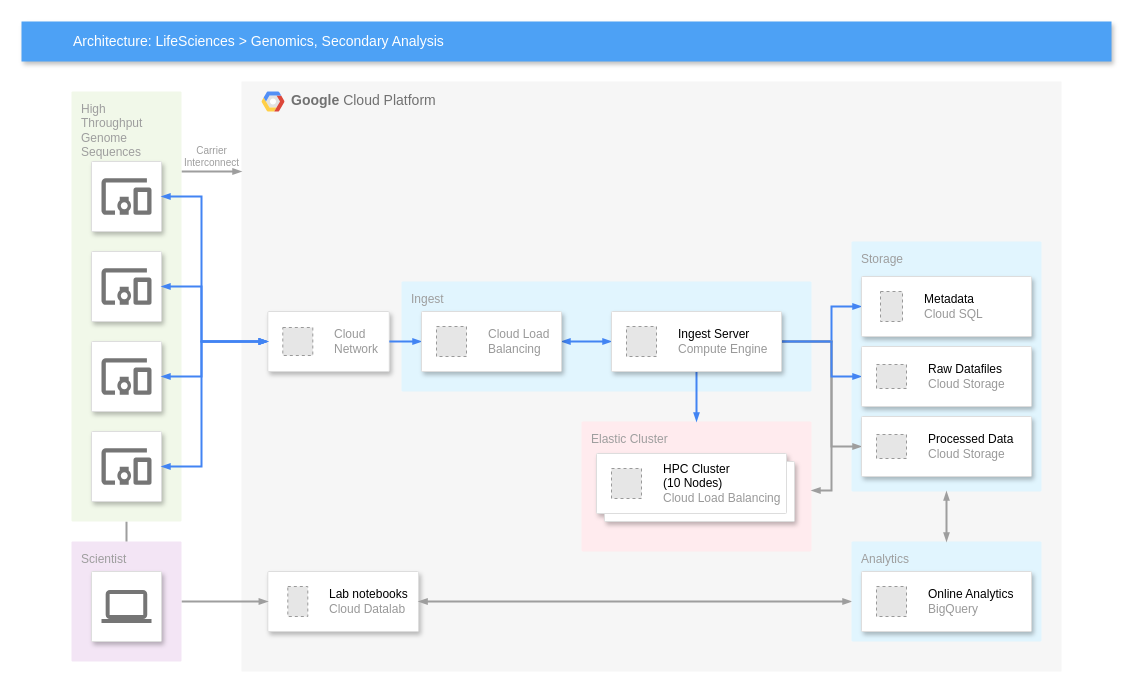
MainUps/StarHub keeps this draw.io diagram as res/제목 없는 다이어그램.drawio. Above is the earlier version. Source tidied: cells renumbered, new cells numbered last; positions are measured from the earlier drawing's top-left corner, leaving out a move shared by most shapes. Both pictures are drawn from the tidied source at 100%, with x=0, y=0 at pixel (21, 21). Pictures stored in the file or linked from it are replaced by grey dashed boxes.
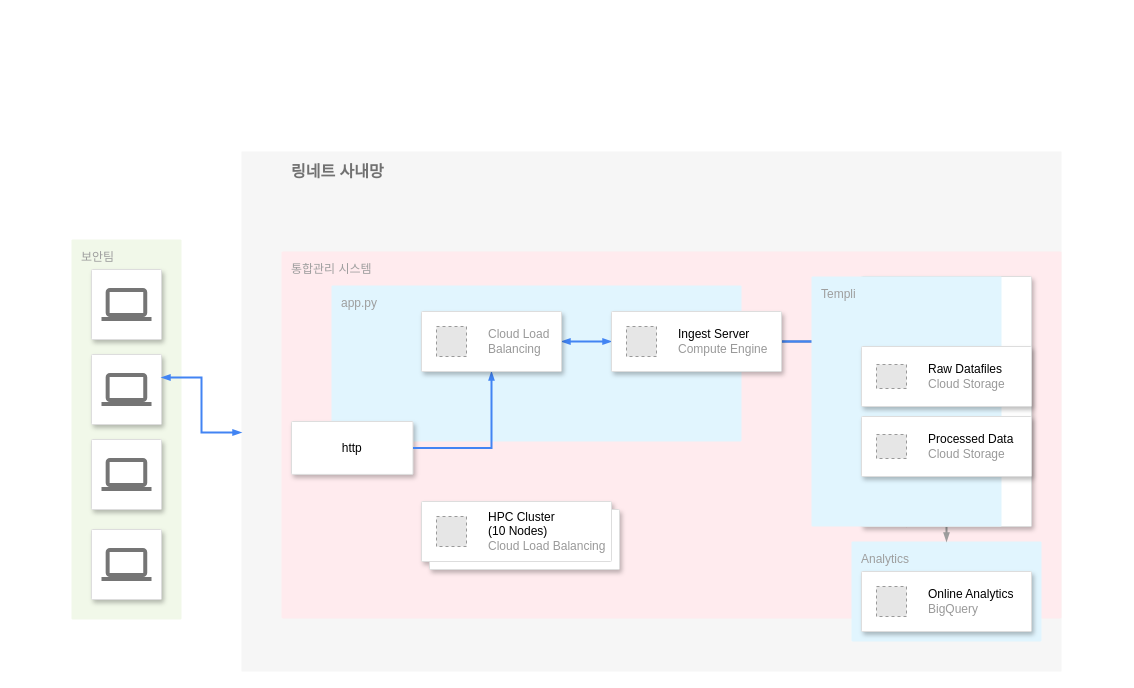
The same page after the edit.

Commit message (it also covers changes not shown here):
제목 없는 다이어그램.drawio 업데이트

The change refers to these unchanged cells:
```xml
<mxCell id="38" value="Analytics" style="rounded=1;absoluteArcSize=1;arcSize=2;html=1;strokeColor=none;gradientColor=none;shadow=0;dashed=0;fontSize=12;fontColor=#9E9E9E;align=left;verticalAlign=top;spacing=10;spacingTop=-4;fillColor=#E1F5FE;" parent="1" vertex="1">
  <mxGeometry x="830" y="520" width="190" height="100" as="geometry" />
</mxCell>
<mxCell id="43" style="strokeColor=#dddddd;shadow=1;strokeWidth=1;rounded=1;absoluteArcSize=1;arcSize=2;" parent="1" vertex="1">
  <mxGeometry x="590" y="290" width="170" height="60" as="geometry" />
</mxCell>
```

The edit, as a diff of the source:
```diff
@@
-    <mxCell id="2" value="&lt;b&gt;Google &lt;/b&gt;Cloud Platform" style="fillColor=#F6F6F6;strokeColor=none;shadow=0;gradientColor=none;fontSize=14;align=left;spacing=10;fontColor=#717171;9E9E9E;verticalAlign=top;spacingTop=-4;fontStyle=0;spacingLeft=40;html=1;" parent="1" vertex="1">
-      <mxGeometry x="220" y="60" width="820" height="590" as="geometry" />
+    <mxCell id="2" value="&lt;b&gt;&lt;font style=&quot;font-size: 16px;&quot;&gt;링네트 사내망&lt;/font&gt;&lt;/b&gt;" style="fillColor=#F6F6F6;strokeColor=none;shadow=0;gradientColor=none;fontSize=14;align=left;spacing=10;fontColor=#717171;9E9E9E;verticalAlign=top;spacingTop=-4;fontStyle=0;spacingLeft=40;html=1;" parent="1" vertex="1">
+      <mxGeometry x="220" y="130" width="820" height="520" as="geometry" />
     </mxCell>
-    <mxCell id="3" style="shape=mxgraph.gcp2.google_cloud_platform;fillColor=#F6F6F6;strokeColor=none;shadow=0;gradientColor=none;" parent="2" vertex="1">
-      <mxGeometry width="23" height="20" relative="1" as="geometry">
-        <mxPoint x="20" y="10" as="offset" />
-      </mxGeometry>
-    </mxCell>
+    <mxCell id="8" value="통합관리 시스템" style="rounded=1;absoluteArcSize=1;arcSize=2;html=1;strokeColor=none;gradientColor=none;shadow=0;dashed=0;fontSize=12;fontColor=#9E9E9E;align=left;verticalAlign=top;spacing=10;spacingTop=-4;fillColor=#FFEBEE;" parent="2" vertex="1">
+      <mxGeometry x="40" y="100" width="780" height="367.1" as="geometry" />
+    </mxCell>
+    <mxCell id="10" value="app.py" style="rounded=1;absoluteArcSize=1;arcSize=2;html=1;strokeColor=none;gradientColor=none;shadow=0;dashed=0;fontSize=12;fontColor=#9E9E9E;align=left;verticalAlign=top;spacing=10;spacingTop=-4;fillColor=#E1F5FE;" parent="2" vertex="1">
+      <mxGeometry x="90" y="134" width="410" height="156" as="geometry" />
+    </mxCell>
+    <mxCell id="45" style="shape=mxgraph.gcp2.doubleRect;strokeColor=#dddddd;shadow=1;strokeWidth=1;rounded=1;absoluteArcSize=1;arcSize=2;" parent="2" vertex="1">
+      <mxGeometry x="180" y="350" width="198" height="68" as="geometry" />
+    </mxCell>
+    <mxCell id="46" value="&lt;font color=&quot;#000000&quot;&gt;HPC Cluster&lt;br&gt;(10 Nodes)&lt;/font&gt;&lt;br&gt;Cloud Load Balancing" style="fillColor=#E6E6E6;strokeColor=#999999;dashed=1;html=1;fontColor=#999999;verticalLabelPosition=middle;verticalAlign=middle;labelPosition=right;align=left;spacingLeft=20;" parent="45" vertex="1">
+      <mxGeometry width="30" height="30" relative="1" as="geometry">
+        <mxPoint x="15" y="15" as="offset" />
+      </mxGeometry>
+    </mxCell>
-    <mxCell id="4" style="strokeColor=#dddddd;shadow=1;strokeWidth=1;rounded=1;absoluteArcSize=1;arcSize=2;" parent="2" vertex="1">
-      <mxGeometry x="26.3" y="230" width="121.5" height="60" as="geometry" />
+    <mxCell id="4" value="http" style="strokeColor=#dddddd;shadow=1;strokeWidth=1;rounded=1;absoluteArcSize=1;arcSize=2;" parent="2" vertex="1">
+      <mxGeometry x="50" y="270" width="121.5" height="52.9" as="geometry" />
     </mxCell>
-    <mxCell id="5" value="Cloud&#10;Network" style="fillColor=#E6E6E6;strokeColor=#999999;dashed=1;html=1;fontColor=#999999;verticalLabelPosition=middle;verticalAlign=middle;labelPosition=right;align=left;spacingLeft=20;" parent="4" vertex="1">
-      <mxGeometry width="30" height="28" relative="1" as="geometry">
-        <mxPoint x="15" y="16" as="offset" />
-      </mxGeometry>
-    </mxCell>
-    <mxCell id="6" style="strokeColor=#dddddd;shadow=1;strokeWidth=1;rounded=1;absoluteArcSize=1;arcSize=2;" parent="2" vertex="1">
-      <mxGeometry x="26.3" y="490" width="150.8" height="60" as="geometry" />
-    </mxCell>
-    <mxCell id="7" value="&lt;font color=&quot;#000000&quot;&gt;Lab notebooks&lt;/font&gt;&lt;br&gt;Cloud Datalab" style="fillColor=#E6E6E6;strokeColor=#999999;dashed=1;html=1;fontColor=#999999;verticalLabelPosition=middle;verticalAlign=middle;labelPosition=right;align=left;spacingLeft=20;" parent="6" vertex="1">
-      <mxGeometry width="20" height="30" relative="1" as="geometry">
-        <mxPoint x="20" y="15" as="offset" />
-      </mxGeometry>
-    </mxCell>
-    <mxCell id="8" value="Elastic Cluster" style="rounded=1;absoluteArcSize=1;arcSize=2;html=1;strokeColor=none;gradientColor=none;shadow=0;dashed=0;fontSize=12;fontColor=#9E9E9E;align=left;verticalAlign=top;spacing=10;spacingTop=-4;fillColor=#FFEBEE;" parent="1" vertex="1">
-      <mxGeometry x="560" y="400" width="230" height="130" as="geometry" />
-    </mxCell>
-    <mxCell id="9" value="Storage" style="rounded=1;absoluteArcSize=1;arcSize=2;html=1;strokeColor=none;gradientColor=none;shadow=0;dashed=0;fontSize=12;fontColor=#9E9E9E;align=left;verticalAlign=top;spacing=10;spacingTop=-4;fillColor=#E1F5FE;" parent="1" vertex="1">
-      <mxGeometry x="830" y="220" width="190" height="250" as="geometry" />
-    </mxCell>
-    <mxCell id="10" value="Ingest" style="rounded=1;absoluteArcSize=1;arcSize=2;html=1;strokeColor=none;gradientColor=none;shadow=0;dashed=0;fontSize=12;fontColor=#9E9E9E;align=left;verticalAlign=top;spacing=10;spacingTop=-4;fillColor=#E1F5FE;" parent="1" vertex="1">
-      <mxGeometry x="380" y="260" width="410" height="110" as="geometry" />
-    </mxCell>
-    <mxCell id="11" style="edgeStyle=orthogonalEdgeStyle;rounded=0;html=1;labelBackgroundColor=none;startFill=1;startSize=4;endArrow=blockThin;endFill=1;endSize=4;jettySize=auto;strokeColor=#9E9E9E;strokeWidth=2;fontSize=12;fontColor=#000000;align=left;dashed=0;" parent="1" edge="1" source="12" target="6">
-      <mxGeometry relative="1" as="geometry" />
-    </mxCell>
-    <mxCell id="12" value="Scientist" style="rounded=1;absoluteArcSize=1;arcSize=2;html=1;strokeColor=none;gradientColor=none;shadow=0;dashed=0;fontSize=12;fontColor=#9E9E9E;align=left;verticalAlign=top;spacing=10;spacingTop=-4;fillColor=#F3E5F5;" parent="1" vertex="1">
-      <mxGeometry x="50" y="520" width="110" height="120" as="geometry" />
-    </mxCell>
-    <mxCell id="13" style="edgeStyle=orthogonalEdgeStyle;rounded=0;html=1;labelBackgroundColor=none;startFill=1;startSize=4;endArrow=none;endFill=0;endSize=4;jettySize=auto;strokeColor=#9E9E9E;strokeWidth=2;fontSize=12;fontColor=#000000;align=left;dashed=0;" parent="1" edge="1" source="15" target="12">
-      <mxGeometry relative="1" as="geometry" />
-    </mxCell>
-    <mxCell id="14" value="Carrier&lt;br style=&quot;font-size: 10px;&quot;&gt;Interconnect&lt;br style=&quot;font-size: 10px;&quot;&gt;" style="edgeStyle=orthogonalEdgeStyle;rounded=0;html=1;labelBackgroundColor=none;startFill=1;startSize=4;endArrow=blockThin;endFill=1;endSize=4;jettySize=auto;strokeColor=#9E9E9E;strokeWidth=2;fontSize=10;fontColor=#9E9E9E;align=center;dashed=0;verticalAlign=bottom;" parent="1" edge="1" source="15" target="2">
-      <mxGeometry relative="1" as="geometry">
-        <Array as="points">
-          <mxPoint x="180" y="150" />
-          <mxPoint x="180" y="150" />
-        </Array>
-      </mxGeometry>
-    </mxCell>
-    <mxCell id="15" value="High&lt;br&gt;Throughput&lt;br&gt;Genome&lt;br&gt;Sequences&lt;br&gt;" style="rounded=1;absoluteArcSize=1;arcSize=2;html=1;strokeColor=none;gradientColor=none;shadow=0;dashed=0;fontSize=12;fontColor=#9E9E9E;align=left;verticalAlign=top;spacing=10;spacingTop=-4;fillColor=#F1F8E9;" parent="1" vertex="1">
-      <mxGeometry x="50" y="70" width="110" height="430" as="geometry" />
+    <mxCell id="15" value="보안팀" style="rounded=1;absoluteArcSize=1;arcSize=2;html=1;strokeColor=none;gradientColor=none;shadow=0;dashed=0;fontSize=12;fontColor=#9E9E9E;align=left;verticalAlign=top;spacing=10;spacingTop=-4;fillColor=#F1F8E9;" parent="1" vertex="1">
+      <mxGeometry x="50" y="218" width="110" height="380" as="geometry" />
     </mxCell>
-    <mxCell id="16" value="Architecture: LifeSciences &amp;gt; Genomics, Secondary Analysis" style="fillColor=#4DA1F5;strokeColor=none;shadow=1;gradientColor=none;fontSize=14;align=left;spacingLeft=50;fontColor=#ffffff;html=1;" parent="1" vertex="1">
-      <mxGeometry width="1090" height="40" as="geometry" />
-    </mxCell>
-    <mxCell id="17" style="strokeColor=#dddddd;fillColor=#ffffff;shadow=1;strokeWidth=1;rounded=1;absoluteArcSize=1;arcSize=2;labelPosition=center;verticalLabelPosition=middle;align=center;verticalAlign=bottom;spacingLeft=0;fontColor=#999999;fontSize=12;whiteSpace=wrap;spacingBottom=2;html=1;" parent="1" vertex="1">
-      <mxGeometry x="70" y="140" width="70" height="70" as="geometry" />
-    </mxCell>
-    <mxCell id="18" style="dashed=0;html=1;fillColor=#757575;strokeColor=none;shape=mxgraph.gcp2.mobile_devices;" parent="17" vertex="1">
-      <mxGeometry x="0.5" width="50" height="36.5" relative="1" as="geometry">
-        <mxPoint x="-25" y="16.8" as="offset" />
-      </mxGeometry>
-    </mxCell>
-    <mxCell id="19" style="strokeColor=#dddddd;fillColor=#ffffff;shadow=1;strokeWidth=1;rounded=1;absoluteArcSize=1;arcSize=2;labelPosition=center;verticalLabelPosition=middle;align=center;verticalAlign=bottom;spacingLeft=0;fontColor=#999999;fontSize=12;whiteSpace=wrap;spacingBottom=2;html=1;" parent="1" vertex="1">
-      <mxGeometry x="70" y="230" width="70" height="70" as="geometry" />
-    </mxCell>
-    <mxCell id="20" style="dashed=0;html=1;fillColor=#757575;strokeColor=none;shape=mxgraph.gcp2.mobile_devices;" parent="19" vertex="1">
-      <mxGeometry x="0.5" width="50" height="36.5" relative="1" as="geometry">
-        <mxPoint x="-25" y="16.8" as="offset" />
-      </mxGeometry>
-    </mxCell>
-    <mxCell id="21" style="strokeColor=#dddddd;fillColor=#ffffff;shadow=1;strokeWidth=1;rounded=1;absoluteArcSize=1;arcSize=2;labelPosition=center;verticalLabelPosition=middle;align=center;verticalAlign=bottom;spacingLeft=0;fontColor=#999999;fontSize=12;whiteSpace=wrap;spacingBottom=2;html=1;" parent="1" vertex="1">
-      <mxGeometry x="70" y="320" width="70" height="70" as="geometry" />
-    </mxCell>
-    <mxCell id="22" style="dashed=0;html=1;fillColor=#757575;strokeColor=none;shape=mxgraph.gcp2.mobile_devices;" parent="21" vertex="1">
-      <mxGeometry x="0.5" width="50" height="36.5" relative="1" as="geometry">
-        <mxPoint x="-25" y="16.8" as="offset" />
-      </mxGeometry>
-    </mxCell>
-    <mxCell id="23" style="strokeColor=#dddddd;fillColor=#ffffff;shadow=1;strokeWidth=1;rounded=1;absoluteArcSize=1;arcSize=2;labelPosition=center;verticalLabelPosition=middle;align=center;verticalAlign=bottom;spacingLeft=0;fontColor=#999999;fontSize=12;whiteSpace=wrap;spacingBottom=2;html=1;" parent="1" vertex="1">
-      <mxGeometry x="70" y="410" width="70" height="70" as="geometry" />
-    </mxCell>
-    <mxCell id="24" style="dashed=0;html=1;fillColor=#757575;strokeColor=none;shape=mxgraph.gcp2.mobile_devices;" parent="23" vertex="1">
-      <mxGeometry x="0.5" width="50" height="36.5" relative="1" as="geometry">
-        <mxPoint x="-25" y="16.8" as="offset" />
-      </mxGeometry>
-    </mxCell>
-    <mxCell id="25" style="strokeColor=#dddddd;fillColor=#ffffff;shadow=1;strokeWidth=1;rounded=1;absoluteArcSize=1;arcSize=2;labelPosition=center;verticalLabelPosition=middle;align=center;verticalAlign=bottom;spacingLeft=0;fontColor=#999999;fontSize=12;whiteSpace=wrap;spacingBottom=2;html=1;" parent="1" vertex="1">
-      <mxGeometry x="70" y="550" width="70" height="70" as="geometry" />
-    </mxCell>
-    <mxCell id="26" style="dashed=0;html=1;fillColor=#757575;strokeColor=none;shape=mxgraph.gcp2.laptop;" parent="25" vertex="1">
-      <mxGeometry x="0.5" width="50" height="33" relative="1" as="geometry">
-        <mxPoint x="-25" y="18.5" as="offset" />
-      </mxGeometry>
-    </mxCell>
-    <mxCell id="27" style="edgeStyle=orthogonalEdgeStyle;rounded=0;html=1;labelBackgroundColor=none;startFill=1;startSize=4;endArrow=blockThin;endFill=1;endSize=4;jettySize=auto;strokeColor=#4284F3;strokeWidth=2;fontSize=12;fontColor=#000000;align=left;dashed=0;startArrow=blockThin;" parent="1" edge="1" source="4" target="17">
-      <mxGeometry relative="1" as="geometry">
-        <Array as="points">
-          <mxPoint x="180" y="320" />
-          <mxPoint x="180" y="175" />
-        </Array>
-      </mxGeometry>
-    </mxCell>
-    <mxCell id="28" style="edgeStyle=orthogonalEdgeStyle;rounded=0;html=1;labelBackgroundColor=none;startFill=1;startSize=4;endArrow=blockThin;endFill=1;endSize=4;jettySize=auto;strokeColor=#4284F3;strokeWidth=2;fontSize=12;fontColor=#000000;align=left;dashed=0;startArrow=blockThin;" parent="1" edge="1" source="4" target="19">
-      <mxGeometry relative="1" as="geometry">
-        <Array as="points">
-          <mxPoint x="180" y="320" />
-          <mxPoint x="180" y="265" />
-        </Array>
-      </mxGeometry>
-    </mxCell>
-    <mxCell id="29" style="edgeStyle=orthogonalEdgeStyle;rounded=0;html=1;labelBackgroundColor=none;startFill=1;startSize=4;endArrow=blockThin;endFill=1;endSize=4;jettySize=auto;strokeColor=#4284F3;strokeWidth=2;fontSize=12;fontColor=#000000;align=left;dashed=0;startArrow=blockThin;" parent="1" edge="1" source="4" target="21">
-      <mxGeometry relative="1" as="geometry">
-        <Array as="points">
-          <mxPoint x="180" y="320" />
-          <mxPoint x="180" y="355" />
-        </Array>
-      </mxGeometry>
-    </mxCell>
-    <mxCell id="30" style="edgeStyle=orthogonalEdgeStyle;rounded=0;html=1;labelBackgroundColor=none;startFill=1;startSize=4;endArrow=blockThin;endFill=1;endSize=4;jettySize=auto;strokeColor=#4284F3;strokeWidth=2;fontSize=12;fontColor=#000000;align=left;dashed=0;startArrow=blockThin;" parent="1" edge="1" source="4" target="23">
-      <mxGeometry relative="1" as="geometry">
-        <Array as="points">
-          <mxPoint x="180" y="320" />
-          <mxPoint x="180" y="445" />
-        </Array>
-      </mxGeometry>
-    </mxCell>
@@
-    <mxCell id="35" style="edgeStyle=orthogonalEdgeStyle;rounded=0;html=1;labelBackgroundColor=none;startFill=1;startSize=4;endArrow=blockThin;endFill=1;endSize=4;jettySize=auto;strokeColor=#4284F3;strokeWidth=2;fontSize=12;fontColor=#000000;align=left;dashed=0;" parent="1" edge="1" source="43" target="8">
-      <mxGeometry relative="1" as="geometry" />
-    </mxCell>
-    <mxCell id="36" style="edgeStyle=orthogonalEdgeStyle;rounded=0;html=1;labelBackgroundColor=none;startFill=1;startSize=4;endArrow=blockThin;endFill=1;endSize=4;jettySize=auto;strokeColor=#9E9E9E;strokeWidth=2;fontSize=12;fontColor=#000000;align=left;dashed=0;startArrow=blockThin;" parent="1" edge="1" source="6" target="38">
-      <mxGeometry relative="1" as="geometry">
-        <Array as="points">
-          <mxPoint x="325" y="580" />
-        </Array>
-      </mxGeometry>
-    </mxCell>
-    <mxCell id="37" style="edgeStyle=orthogonalEdgeStyle;rounded=0;html=1;labelBackgroundColor=none;startFill=1;startSize=4;endArrow=none;endFill=0;endSize=4;jettySize=auto;strokeColor=#9E9E9E;strokeWidth=2;fontSize=12;fontColor=#000000;align=left;dashed=0;startArrow=blockThin;" parent="1" edge="1" source="8">
-      <mxGeometry relative="1" as="geometry">
-        <mxPoint x="743" y="320.1" as="targetPoint" />
-        <Array as="points">
-          <mxPoint x="810" y="469" />
-          <mxPoint x="810" y="320" />
-        </Array>
-      </mxGeometry>
-    </mxCell>
@@
-    <mxCell id="45" style="shape=mxgraph.gcp2.doubleRect;strokeColor=#dddddd;shadow=1;strokeWidth=1;rounded=1;absoluteArcSize=1;arcSize=2;" parent="1" vertex="1">
-      <mxGeometry x="575" y="432" width="198" height="68" as="geometry" />
-    </mxCell>
-    <mxCell id="46" value="&lt;font color=&quot;#000000&quot;&gt;HPC Cluster&lt;br&gt;(10 Nodes)&lt;/font&gt;&lt;br&gt;Cloud Load Balancing" style="fillColor=#E6E6E6;strokeColor=#999999;dashed=1;html=1;fontColor=#999999;verticalLabelPosition=middle;verticalAlign=middle;labelPosition=right;align=left;spacingLeft=20;" parent="45" vertex="1">
-      <mxGeometry width="30" height="30" relative="1" as="geometry">
-        <mxPoint x="15" y="15" as="offset" />
-      </mxGeometry>
-    </mxCell>
     <mxCell id="47" style="strokeColor=#dddddd;shadow=1;strokeWidth=1;rounded=1;absoluteArcSize=1;arcSize=2;" parent="1" vertex="1">
-      <mxGeometry x="840" y="255" width="170" height="60" as="geometry" />
+      <mxGeometry x="840" y="255" width="170" height="250" as="geometry" />
     </mxCell>
@@
+    <mxCell id="9" value="Templi" style="rounded=1;absoluteArcSize=1;arcSize=2;html=1;strokeColor=none;gradientColor=none;shadow=0;dashed=0;fontSize=12;fontColor=#9E9E9E;align=left;verticalAlign=top;spacing=10;spacingTop=-4;fillColor=#E1F5FE;" parent="47" vertex="1">
+      <mxGeometry x="-50" width="190" height="250" as="geometry" />
+    </mxCell>
@@
+    <mxCell id="55" style="strokeColor=#dddddd;fillColor=#ffffff;shadow=1;strokeWidth=1;rounded=1;absoluteArcSize=1;arcSize=2;labelPosition=center;verticalLabelPosition=middle;align=center;verticalAlign=bottom;spacingLeft=0;fontColor=#999999;fontSize=12;whiteSpace=wrap;spacingBottom=2;html=1;" parent="1" vertex="1">
+      <mxGeometry x="70" y="508" width="70" height="70" as="geometry" />
+    </mxCell>
+    <mxCell id="56" style="dashed=0;html=1;fillColor=#757575;strokeColor=none;shape=mxgraph.gcp2.laptop;" parent="55" vertex="1">
+      <mxGeometry x="0.5" width="50" height="33" relative="1" as="geometry">
+        <mxPoint x="-25" y="18.5" as="offset" />
+      </mxGeometry>
+    </mxCell>
+    <mxCell id="57" style="strokeColor=#dddddd;fillColor=#ffffff;shadow=1;strokeWidth=1;rounded=1;absoluteArcSize=1;arcSize=2;labelPosition=center;verticalLabelPosition=middle;align=center;verticalAlign=bottom;spacingLeft=0;fontColor=#999999;fontSize=12;whiteSpace=wrap;spacingBottom=2;html=1;" parent="1" vertex="1">
+      <mxGeometry x="70" y="418" width="70" height="70" as="geometry" />
+    </mxCell>
+    <mxCell id="58" style="dashed=0;html=1;fillColor=#757575;strokeColor=none;shape=mxgraph.gcp2.laptop;" parent="57" vertex="1">
+      <mxGeometry x="0.5" width="50" height="33" relative="1" as="geometry">
+        <mxPoint x="-25" y="18.5" as="offset" />
+      </mxGeometry>
+    </mxCell>
+    <mxCell id="59" style="strokeColor=#dddddd;fillColor=#ffffff;shadow=1;strokeWidth=1;rounded=1;absoluteArcSize=1;arcSize=2;labelPosition=center;verticalLabelPosition=middle;align=center;verticalAlign=bottom;spacingLeft=0;fontColor=#999999;fontSize=12;whiteSpace=wrap;spacingBottom=2;html=1;" parent="1" vertex="1">
+      <mxGeometry x="70" y="333" width="70" height="70" as="geometry" />
+    </mxCell>
+    <mxCell id="60" style="dashed=0;html=1;fillColor=#757575;strokeColor=none;shape=mxgraph.gcp2.laptop;" parent="59" vertex="1">
+      <mxGeometry x="0.5" width="50" height="33" relative="1" as="geometry">
+        <mxPoint x="-25" y="18.5" as="offset" />
+      </mxGeometry>
+    </mxCell>
+    <mxCell id="61" style="strokeColor=#dddddd;fillColor=#ffffff;shadow=1;strokeWidth=1;rounded=1;absoluteArcSize=1;arcSize=2;labelPosition=center;verticalLabelPosition=middle;align=center;verticalAlign=bottom;spacingLeft=0;fontColor=#999999;fontSize=12;whiteSpace=wrap;spacingBottom=2;html=1;" parent="1" vertex="1">
+      <mxGeometry x="70" y="248" width="70" height="70" as="geometry" />
+    </mxCell>
+    <mxCell id="62" style="dashed=0;html=1;fillColor=#757575;strokeColor=none;shape=mxgraph.gcp2.laptop;" parent="61" vertex="1">
+      <mxGeometry x="0.5" width="50" height="33" relative="1" as="geometry">
+        <mxPoint x="-25" y="18.5" as="offset" />
+      </mxGeometry>
+    </mxCell>
+    <mxCell id="63" style="edgeStyle=orthogonalEdgeStyle;rounded=0;html=1;labelBackgroundColor=none;startFill=1;startSize=4;endArrow=blockThin;endFill=1;endSize=4;jettySize=auto;strokeColor=#4284F3;strokeWidth=2;fontSize=12;fontColor=#000000;align=left;dashed=0;startArrow=blockThin;" parent="1" edge="1" source="2">
+      <mxGeometry relative="1" as="geometry">
+        <mxPoint x="140" y="356" as="targetPoint" />
+        <Array as="points">
+          <mxPoint x="180" y="411" />
+          <mxPoint x="180" y="356" />
+        </Array>
+      </mxGeometry>
+    </mxCell>
```
